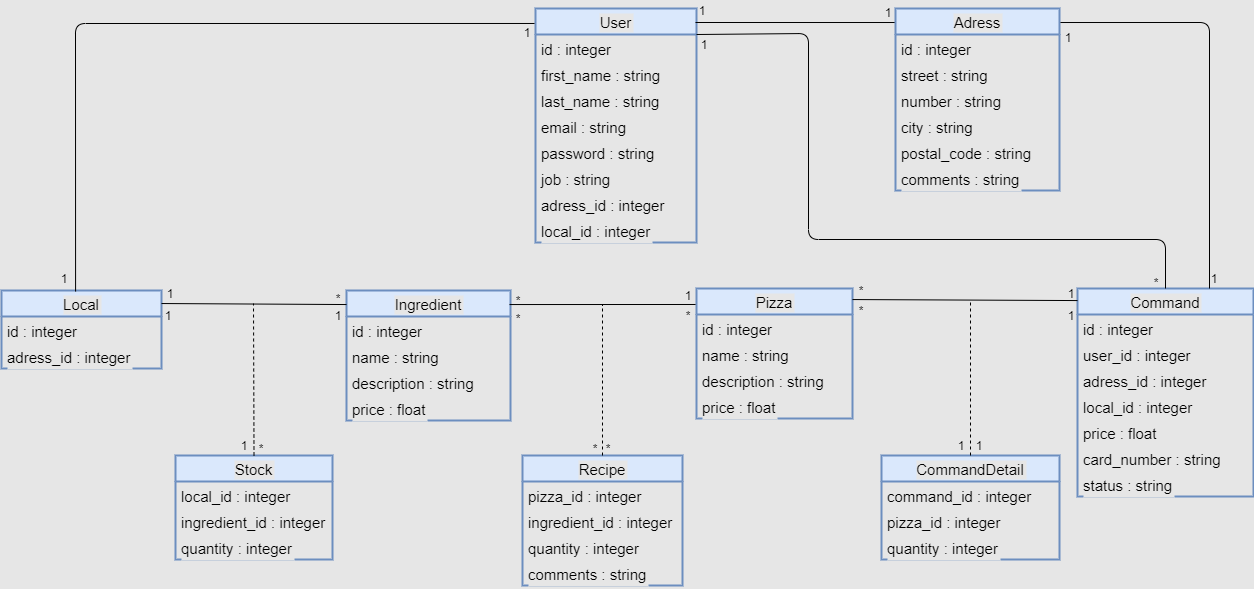
Above: class_diagram.png in Tony380/Projet6 (draw.io), before the change. Source tidied: cells renumbered, new cells last; positions are measured from the earlier drawing's top-left corner, leaving out a move shared by most shapes.
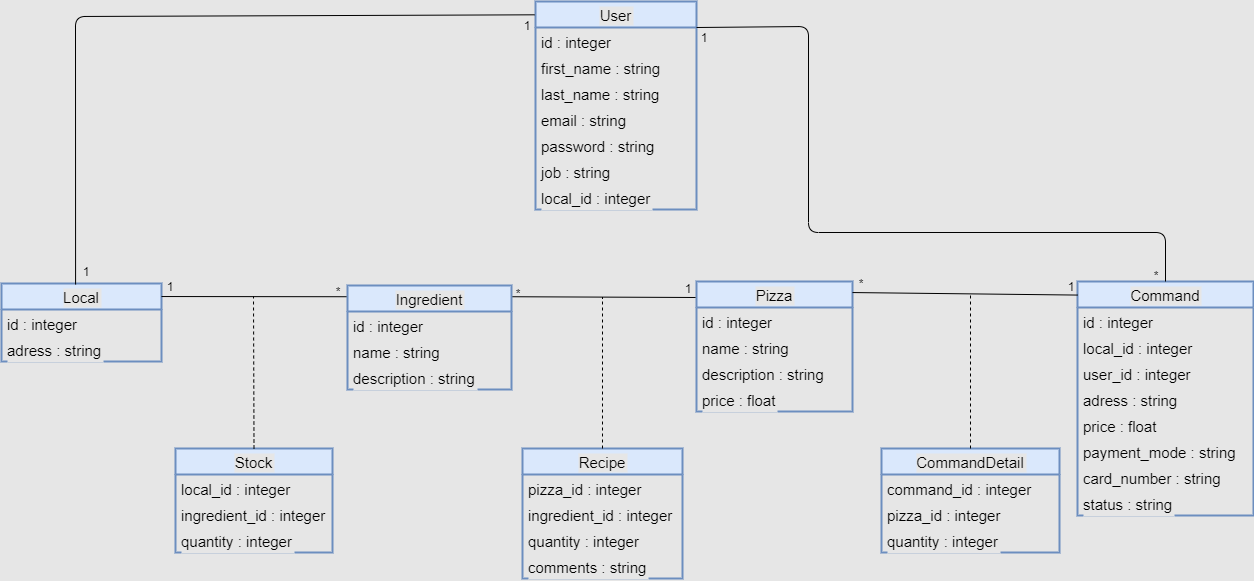
After the commit.

What changed in the source:
```diff
@@ -3,28 +3,31 @@
     <mxCell id="0" />
     <mxCell id="1" parent="0" />
     <mxCell id="2" value="Command" style="swimlane;fontStyle=0;horizontal=1;startSize=26;fillColor=#dae8fc;strokeWidth=2;labelBackgroundColor=#E6E6E6;fontSize=15;strokeColor=#6c8ebf;" parent="1" vertex="1">
-      <mxGeometry x="1076" y="288" width="176" height="208" as="geometry" />
+      <mxGeometry x="1076" y="288" width="176" height="234" as="geometry" />
     </mxCell>
     <mxCell id="3" value="id : integer" style="text;strokeColor=none;fillColor=none;align=left;verticalAlign=top;spacingLeft=4;spacingRight=4;overflow=hidden;labelBackgroundColor=#E6E6E6;fontSize=15;" parent="2" vertex="1">
       <mxGeometry y="26" width="176" height="26" as="geometry" />
     </mxCell>
+    <mxCell id="6" value="local_id : integer" style="text;strokeColor=none;fillColor=none;align=left;verticalAlign=top;spacingLeft=4;spacingRight=4;overflow=hidden;labelBackgroundColor=#E6E6E6;fontSize=15;" parent="2" vertex="1">
+      <mxGeometry y="52" width="176" height="26" as="geometry" />
+    </mxCell>
     <mxCell id="4" value="user_id : integer" style="text;strokeColor=none;fillColor=none;align=left;verticalAlign=top;spacingLeft=4;spacingRight=4;overflow=hidden;labelBackgroundColor=#E6E6E6;fontSize=15;" parent="2" vertex="1">
-      <mxGeometry y="52" width="176" height="26" as="geometry" />
+      <mxGeometry y="78" width="176" height="26" as="geometry" />
     </mxCell>
-    <mxCell id="5" value="adress_id : integer" style="text;strokeColor=none;fillColor=none;align=left;verticalAlign=top;spacingLeft=4;spacingRight=4;overflow=hidden;labelBackgroundColor=#E6E6E6;fontSize=15;" parent="2" vertex="1">
-      <mxGeometry y="78" width="176" height="26" as="geometry" />
+    <mxCell id="5" value="adress : string" style="text;strokeColor=none;fillColor=none;align=left;verticalAlign=top;spacingLeft=4;spacingRight=4;overflow=hidden;labelBackgroundColor=#E6E6E6;fontSize=15;" parent="2" vertex="1">
+      <mxGeometry y="104" width="176" height="26" as="geometry" />
     </mxCell>
-    <mxCell id="6" value="local_id : integer" style="text;strokeColor=none;fillColor=none;align=left;verticalAlign=top;spacingLeft=4;spacingRight=4;overflow=hidden;labelBackgroundColor=#E6E6E6;fontSize=15;" parent="2" vertex="1">
-      <mxGeometry y="104" width="176" height="26" as="geometry" />
-    </mxCell>
     <mxCell id="7" value="price : float" style="text;strokeColor=none;fillColor=none;align=left;verticalAlign=top;spacingLeft=4;spacingRight=4;overflow=hidden;labelBackgroundColor=#E6E6E6;fontSize=15;" parent="2" vertex="1">
       <mxGeometry y="130" width="176" height="26" as="geometry" />
     </mxCell>
+    <mxCell id="88" value="payment_mode : string" style="text;strokeColor=none;fillColor=none;align=left;verticalAlign=top;spacingLeft=4;spacingRight=4;overflow=hidden;labelBackgroundColor=#E6E6E6;fontSize=15;" parent="2" vertex="1">
+      <mxGeometry y="156" width="176" height="26" as="geometry" />
+    </mxCell>
     <mxCell id="8" value="card_number : string" style="text;strokeColor=none;fillColor=none;align=left;verticalAlign=top;spacingLeft=4;spacingRight=4;overflow=hidden;labelBackgroundColor=#E6E6E6;fontSize=15;" parent="2" vertex="1">
-      <mxGeometry y="156" width="176" height="26" as="geometry" />
+      <mxGeometry y="182" width="176" height="26" as="geometry" />
     </mxCell>
     <mxCell id="9" value="status : string" style="text;strokeColor=none;fillColor=none;align=left;verticalAlign=top;spacingLeft=4;spacingRight=4;overflow=hidden;labelBackgroundColor=#E6E6E6;fontSize=15;" parent="2" vertex="1">
-      <mxGeometry y="182" width="176" height="26" as="geometry" />
+      <mxGeometry y="208" width="176" height="26" as="geometry" />
     </mxCell>
     <mxCell id="10" value="CommandDetail" style="swimlane;fontStyle=0;horizontal=1;startSize=26;fillColor=#dae8fc;labelBackgroundColor=#E6E6E6;strokeWidth=2;fontSize=15;strokeColor=#6c8ebf;" parent="1" vertex="1">
       <mxGeometry x="880" y="455" width="178" height="104" as="geometry" />
@@ -68,21 +71,6 @@
     <mxCell id="23" value="price : float" style="text;strokeColor=none;fillColor=none;align=left;verticalAlign=top;spacingLeft=4;spacingRight=4;overflow=hidden;labelBackgroundColor=#E6E6E6;fontSize=15;" parent="19" vertex="1">
       <mxGeometry y="104" width="156" height="26" as="geometry" />
     </mxCell>
-    <mxCell id="24" value="Ingredient" style="swimlane;fontStyle=0;horizontal=1;startSize=26;fillColor=#dae8fc;labelBackgroundColor=#E6E6E6;strokeWidth=2;fontSize=15;strokeColor=#6c8ebf;" parent="1" vertex="1">
-      <mxGeometry x="345" y="290" width="164" height="130" as="geometry" />
-    </mxCell>
-    <mxCell id="25" value="id : integer" style="text;strokeColor=none;fillColor=none;align=left;verticalAlign=top;spacingLeft=4;spacingRight=4;overflow=hidden;labelBackgroundColor=#E6E6E6;fontSize=15;" parent="24" vertex="1">
-      <mxGeometry y="26" width="164" height="26" as="geometry" />
-    </mxCell>
-    <mxCell id="26" value="name : string" style="text;strokeColor=none;fillColor=none;align=left;verticalAlign=top;spacingLeft=4;spacingRight=4;overflow=hidden;labelBackgroundColor=#E6E6E6;fontSize=15;" parent="24" vertex="1">
-      <mxGeometry y="52" width="164" height="26" as="geometry" />
-    </mxCell>
-    <mxCell id="27" value="description : string" style="text;strokeColor=none;fillColor=none;align=left;verticalAlign=top;spacingLeft=4;spacingRight=4;overflow=hidden;labelBackgroundColor=#E6E6E6;fontSize=15;" parent="24" vertex="1">
-      <mxGeometry y="78" width="164" height="26" as="geometry" />
-    </mxCell>
-    <mxCell id="28" value="price : float" style="text;strokeColor=none;fillColor=none;align=left;verticalAlign=top;spacingLeft=4;spacingRight=4;overflow=hidden;labelBackgroundColor=#E6E6E6;fontSize=15;" parent="24" vertex="1">
-      <mxGeometry y="104" width="164" height="26" as="geometry" />
-    </mxCell>
     <mxCell id="29" value="Stock" style="swimlane;fontStyle=0;horizontal=1;startSize=26;fillColor=#dae8fc;labelBackgroundColor=#E6E6E6;strokeWidth=2;fontSize=15;strokeColor=#6c8ebf;" parent="1" vertex="1">
       <mxGeometry x="174" y="455" width="157" height="104" as="geometry" />
     </mxCell>
@@ -101,7 +89,7 @@
     <mxCell id="34" value="id : integer" style="text;strokeColor=none;fillColor=none;align=left;verticalAlign=top;spacingLeft=4;spacingRight=4;overflow=hidden;labelBackgroundColor=#E6E6E6;fontSize=15;" parent="33" vertex="1">
       <mxGeometry y="26" width="160" height="26" as="geometry" />
     </mxCell>
-    <mxCell id="35" value="adress_id : integer" style="text;strokeColor=none;fillColor=none;align=left;verticalAlign=top;spacingLeft=4;spacingRight=4;overflow=hidden;labelBackgroundColor=#E6E6E6;fontSize=15;" parent="33" vertex="1">
+    <mxCell id="35" value="adress : string" style="text;strokeColor=none;fillColor=none;align=left;verticalAlign=top;spacingLeft=4;spacingRight=4;overflow=hidden;labelBackgroundColor=#E6E6E6;fontSize=15;" parent="33" vertex="1">
       <mxGeometry y="52" width="160" height="26" as="geometry" />
     </mxCell>
     <mxCell id="36" style="endArrow=none;html=1;exitX=1;exitY=0.085;exitDx=0;exitDy=0;exitPerimeter=0;entryX=0;entryY=0.058;entryDx=0;entryDy=0;entryPerimeter=0;" parent="1" edge="1" source="19" target="2">
@@ -129,7 +117,7 @@
       </mxGeometry>
     </mxCell>
     <mxCell id="42" value="User" style="swimlane;fontStyle=0;horizontal=1;startSize=26;fillColor=#dae8fc;labelBackgroundColor=#E6E6E6;strokeWidth=2;fontSize=15;strokeColor=#6c8ebf;" parent="1" vertex="1">
-      <mxGeometry x="534" y="8" width="161" height="234" as="geometry" />
+      <mxGeometry x="534" y="8" width="161" height="208" as="geometry" />
     </mxCell>
     <mxCell id="43" value="id : integer" style="text;strokeColor=none;fillColor=none;align=left;verticalAlign=top;spacingLeft=4;spacingRight=4;overflow=hidden;points=[[0,0.5],[1,0.5]];portConstraint=eastwest;labelBackgroundColor=#E6E6E6;fontSize=15;" parent="42" vertex="1">
       <mxGeometry y="26" width="161" height="26" as="geometry" />
@@ -149,11 +137,8 @@
     <mxCell id="48" value="job : string" style="text;strokeColor=none;fillColor=none;align=left;verticalAlign=top;spacingLeft=4;spacingRight=4;overflow=hidden;labelBackgroundColor=#E6E6E6;fontSize=15;" parent="42" vertex="1">
       <mxGeometry y="156" width="161" height="26" as="geometry" />
     </mxCell>
-    <mxCell id="49" value="adress_id : integer" style="text;strokeColor=none;fillColor=none;align=left;verticalAlign=top;spacingLeft=4;spacingRight=4;overflow=hidden;labelBackgroundColor=#E6E6E6;fontSize=15;" parent="42" vertex="1">
-      <mxGeometry y="182" width="161" height="26" as="geometry" />
-    </mxCell>
     <mxCell id="50" value="local_id : integer" style="text;strokeColor=none;fillColor=none;align=left;verticalAlign=top;spacingLeft=4;spacingRight=4;overflow=hidden;labelBackgroundColor=#E6E6E6;fontSize=15;" parent="42" vertex="1">
-      <mxGeometry y="208" width="161" height="26" as="geometry" />
+      <mxGeometry y="182" width="161" height="26" as="geometry" />
     </mxCell>
     <mxCell id="51" style="endArrow=none;html=1;exitX=0.463;exitY=0.013;exitDx=0;exitDy=0;exitPerimeter=0;entryX=-0.006;entryY=0.064;entryDx=0;entryDy=0;entryPerimeter=0;" parent="1" edge="1" source="33" target="42">
       <mxGeometry relative="1" as="geometry">
@@ -162,32 +147,6 @@
         </Array>
       </mxGeometry>
     </mxCell>
-    <mxCell id="52" style="endArrow=none;html=1;entryX=0;entryY=0.077;entryDx=0;entryDy=0;entryPerimeter=0;" parent="1" edge="1" target="53">
-      <mxGeometry relative="1" as="geometry">
-        <mxPoint x="694" y="22" as="sourcePoint" />
-      </mxGeometry>
-    </mxCell>
-    <mxCell id="53" value="Adress" style="swimlane;fontStyle=0;horizontal=1;startSize=26;fillColor=#dae8fc;labelBackgroundColor=#E6E6E6;strokeWidth=2;fontSize=15;strokeColor=#6c8ebf;" parent="1" vertex="1">
-      <mxGeometry x="894" y="8" width="164" height="182" as="geometry" />
-    </mxCell>
-    <mxCell id="54" value="id : integer" style="text;strokeColor=none;fillColor=none;align=left;verticalAlign=top;spacingLeft=4;spacingRight=4;overflow=hidden;labelBackgroundColor=#E6E6E6;fontSize=15;" parent="53" vertex="1">
-      <mxGeometry y="26" width="164" height="26" as="geometry" />
-    </mxCell>
-    <mxCell id="55" value="street : string" style="text;strokeColor=none;fillColor=none;align=left;verticalAlign=top;spacingLeft=4;spacingRight=4;overflow=hidden;labelBackgroundColor=#E6E6E6;fontSize=15;" parent="53" vertex="1">
-      <mxGeometry y="52" width="164" height="26" as="geometry" />
-    </mxCell>
-    <mxCell id="56" value="number : string" style="text;strokeColor=none;fillColor=none;align=left;verticalAlign=top;spacingLeft=4;spacingRight=4;overflow=hidden;labelBackgroundColor=#E6E6E6;fontSize=15;" parent="53" vertex="1">
-      <mxGeometry y="78" width="164" height="26" as="geometry" />
-    </mxCell>
-    <mxCell id="57" value="city : string" style="text;strokeColor=none;fillColor=none;align=left;verticalAlign=top;spacingLeft=4;spacingRight=4;overflow=hidden;labelBackgroundColor=#E6E6E6;fontSize=15;" parent="53" vertex="1">
-      <mxGeometry y="104" width="164" height="26" as="geometry" />
-    </mxCell>
-    <mxCell id="58" value="postal_code : string" style="text;strokeColor=none;fillColor=none;align=left;verticalAlign=top;spacingLeft=4;spacingRight=4;overflow=hidden;labelBackgroundColor=#E6E6E6;fontSize=15;" parent="53" vertex="1">
-      <mxGeometry y="130" width="164" height="26" as="geometry" />
-    </mxCell>
-    <mxCell id="59" value="comments : string" style="text;strokeColor=none;fillColor=none;align=left;verticalAlign=top;spacingLeft=4;spacingRight=4;overflow=hidden;labelBackgroundColor=#E6E6E6;fontSize=15;" parent="53" vertex="1">
-      <mxGeometry y="156" width="164" height="26" as="geometry" />
-    </mxCell>
     <mxCell id="60" style="endArrow=none;html=1;exitX=1;exitY=0;exitDx=0;exitDy=0;exitPerimeter=0;entryX=0.5;entryY=0;entryDx=0;entryDy=0;" parent="1" edge="1" source="43" target="2">
       <mxGeometry relative="1" as="geometry">
         <Array as="points">
@@ -197,31 +156,12 @@
         </Array>
       </mxGeometry>
     </mxCell>
-    <mxCell id="61" style="endArrow=none;html=1;exitX=1.006;exitY=0.077;exitDx=0;exitDy=0;exitPerimeter=0;entryX=0.75;entryY=0;entryDx=0;entryDy=0;" parent="1" edge="1" source="53" target="2">
-      <mxGeometry relative="1" as="geometry">
-        <Array as="points">
-          <mxPoint x="1208" y="22" />
-        </Array>
-      </mxGeometry>
-    </mxCell>
     <mxCell id="62" value="1" style="text;html=1;strokeColor=none;fillColor=none;align=center;verticalAlign=middle;whiteSpace=wrap;rounded=0;" parent="1" vertex="1">
       <mxGeometry x="1050" y="283" width="40" height="20" as="geometry" />
     </mxCell>
     <mxCell id="63" value="*" style="text;html=1;strokeColor=none;fillColor=none;align=center;verticalAlign=middle;whiteSpace=wrap;rounded=0;" parent="1" vertex="1">
       <mxGeometry x="840" y="280" width="40" height="20" as="geometry" />
     </mxCell>
-    <mxCell id="64" value="1" style="text;html=1;strokeColor=none;fillColor=none;align=center;verticalAlign=middle;whiteSpace=wrap;rounded=0;" parent="1" vertex="1">
-      <mxGeometry x="1047" y="27" width="40" height="20" as="geometry" />
-    </mxCell>
-    <mxCell id="65" value="1" style="text;html=1;strokeColor=none;fillColor=none;align=center;verticalAlign=middle;whiteSpace=wrap;rounded=0;" parent="1" vertex="1">
-      <mxGeometry x="1193" y="268" width="40" height="20" as="geometry" />
-    </mxCell>
-    <mxCell id="66" value="1" style="text;html=1;strokeColor=none;fillColor=none;align=center;verticalAlign=middle;whiteSpace=wrap;rounded=0;" parent="1" vertex="1">
-      <mxGeometry x="681" width="40" height="20" as="geometry" />
-    </mxCell>
-    <mxCell id="67" value="1" style="text;html=1;strokeColor=none;fillColor=none;align=center;verticalAlign=middle;whiteSpace=wrap;rounded=0;" parent="1" vertex="1">
-      <mxGeometry x="867" y="2" width="40" height="20" as="geometry" />
-    </mxCell>
     <mxCell id="68" value="1" style="text;html=1;strokeColor=none;fillColor=none;align=center;verticalAlign=middle;whiteSpace=wrap;rounded=0;" parent="1" vertex="1">
       <mxGeometry x="683" y="34" width="40" height="20" as="geometry" />
     </mxCell>
@@ -241,46 +181,22 @@
       <mxGeometry x="317" y="288" width="40" height="20" as="geometry" />
     </mxCell>
     <mxCell id="74" value="1" style="text;html=1;strokeColor=none;fillColor=none;align=center;verticalAlign=middle;whiteSpace=wrap;rounded=0;" parent="1" vertex="1">
-      <mxGeometry x="43" y="268" width="40" height="20" as="geometry" />
+      <mxGeometry x="65" y="268" width="40" height="20" as="geometry" />
     </mxCell>
     <mxCell id="75" value="1" style="text;html=1;strokeColor=none;fillColor=none;align=center;verticalAlign=middle;whiteSpace=wrap;rounded=0;" parent="1" vertex="1">
       <mxGeometry x="506" y="22" width="40" height="20" as="geometry" />
     </mxCell>
-    <mxCell id="76" value="*" style="text;html=1;strokeColor=none;fillColor=none;align=center;verticalAlign=middle;whiteSpace=wrap;rounded=0;" parent="1" vertex="1">
-      <mxGeometry x="240" y="438" width="40" height="20" as="geometry" />
-    </mxCell>
-    <mxCell id="77" value="1" style="text;html=1;strokeColor=none;fillColor=none;align=center;verticalAlign=middle;whiteSpace=wrap;rounded=0;" parent="1" vertex="1">
-      <mxGeometry x="317" y="305" width="40" height="20" as="geometry" />
-    </mxCell>
-    <mxCell id="78" value="1" style="text;html=1;strokeColor=none;fillColor=none;align=center;verticalAlign=middle;whiteSpace=wrap;rounded=0;" parent="1" vertex="1">
-      <mxGeometry x="147" y="305" width="40" height="20" as="geometry" />
-    </mxCell>
-    <mxCell id="79" value="1" style="text;html=1;strokeColor=none;fillColor=none;align=center;verticalAlign=middle;whiteSpace=wrap;rounded=0;" parent="1" vertex="1">
-      <mxGeometry x="223" y="435" width="40" height="20" as="geometry" />
-    </mxCell>
-    <mxCell id="80" value="*" style="text;html=1;strokeColor=none;fillColor=none;align=center;verticalAlign=middle;whiteSpace=wrap;rounded=0;" parent="1" vertex="1">
-      <mxGeometry x="574" y="438" width="40" height="20" as="geometry" />
-    </mxCell>
-    <mxCell id="81" value="*" style="text;html=1;strokeColor=none;fillColor=none;align=center;verticalAlign=middle;whiteSpace=wrap;rounded=0;" parent="1" vertex="1">
-      <mxGeometry x="497" y="308" width="40" height="20" as="geometry" />
-    </mxCell>
-    <mxCell id="82" value="*" style="text;html=1;strokeColor=none;fillColor=none;align=center;verticalAlign=middle;whiteSpace=wrap;rounded=0;" parent="1" vertex="1">
-      <mxGeometry x="840" y="300" width="40" height="20" as="geometry" />
-    </mxCell>
-    <mxCell id="83" value="1" style="text;html=1;strokeColor=none;fillColor=none;align=center;verticalAlign=middle;whiteSpace=wrap;rounded=0;" parent="1" vertex="1">
-      <mxGeometry x="940" y="435" width="40" height="20" as="geometry" />
-    </mxCell>
-    <mxCell id="84" value="1" style="text;html=1;strokeColor=none;fillColor=none;align=center;verticalAlign=middle;whiteSpace=wrap;rounded=0;" parent="1" vertex="1">
-      <mxGeometry x="1050" y="305" width="40" height="20" as="geometry" />
-    </mxCell>
-    <mxCell id="85" value="1" style="text;html=1;strokeColor=none;fillColor=none;align=center;verticalAlign=middle;whiteSpace=wrap;rounded=0;" parent="1" vertex="1">
-      <mxGeometry x="958" y="435" width="40" height="20" as="geometry" />
-    </mxCell>
-    <mxCell id="86" value="*" style="text;html=1;strokeColor=none;fillColor=none;align=center;verticalAlign=middle;whiteSpace=wrap;rounded=0;" parent="1" vertex="1">
-      <mxGeometry x="587" y="438" width="40" height="20" as="geometry" />
-    </mxCell>
-    <mxCell id="87" value="*" style="text;html=1;strokeColor=none;fillColor=none;align=center;verticalAlign=middle;whiteSpace=wrap;rounded=0;" parent="1" vertex="1">
-      <mxGeometry x="667" y="305" width="40" height="20" as="geometry" />
-    </mxCell>
+    <mxCell id="24" value="Ingredient" style="swimlane;fontStyle=0;horizontal=1;startSize=26;fillColor=#dae8fc;labelBackgroundColor=#E6E6E6;strokeWidth=2;fontSize=15;strokeColor=#6c8ebf;" parent="1" vertex="1">
+      <mxGeometry x="346" y="292" width="164" height="104" as="geometry" />
+    </mxCell>
+    <mxCell id="25" value="id : integer" style="text;strokeColor=none;fillColor=none;align=left;verticalAlign=top;spacingLeft=4;spacingRight=4;overflow=hidden;labelBackgroundColor=#E6E6E6;fontSize=15;" parent="24" vertex="1">
+      <mxGeometry y="26" width="164" height="26" as="geometry" />
+    </mxCell>
+    <mxCell id="26" value="name : string" style="text;strokeColor=none;fillColor=none;align=left;verticalAlign=top;spacingLeft=4;spacingRight=4;overflow=hidden;labelBackgroundColor=#E6E6E6;fontSize=15;" parent="24" vertex="1">
+      <mxGeometry y="52" width="164" height="26" as="geometry" />
+    </mxCell>
+    <mxCell id="27" value="description : string" style="text;strokeColor=none;fillColor=none;align=left;verticalAlign=top;spacingLeft=4;spacingRight=4;overflow=hidden;labelBackgroundColor=#E6E6E6;fontSize=15;" parent="24" vertex="1">
+      <mxGeometry y="78" width="164" height="26" as="geometry" />
+    </mxCell>
   </root>
 </mxGraphModel>
```
